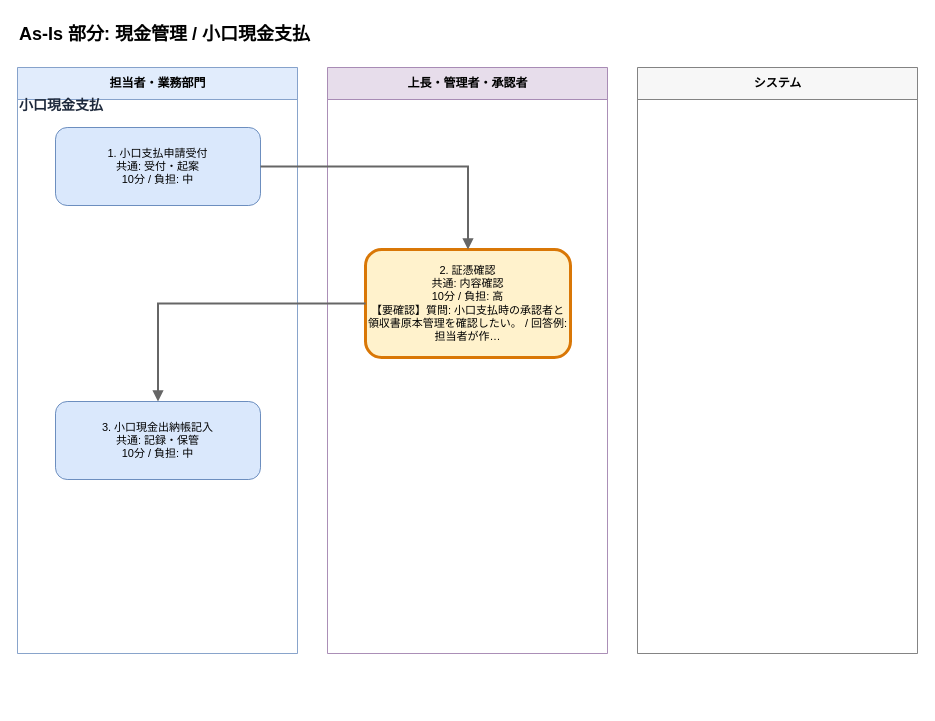
Toshiki811/ai-business-analysis-heatmap keeps this draw.io diagram as output/flows/asis_現金管理__小口現金支払_20260608.drawio. Above is the earlier version. Source tidied: cells renumbered, new cells numbered last; positions are measured from the earlier drawing's top-left corner, leaving out a move shared by most shapes. Both pictures are drawn from the tidied source at 100%, with x=0, y=0 at pixel (17, 17).
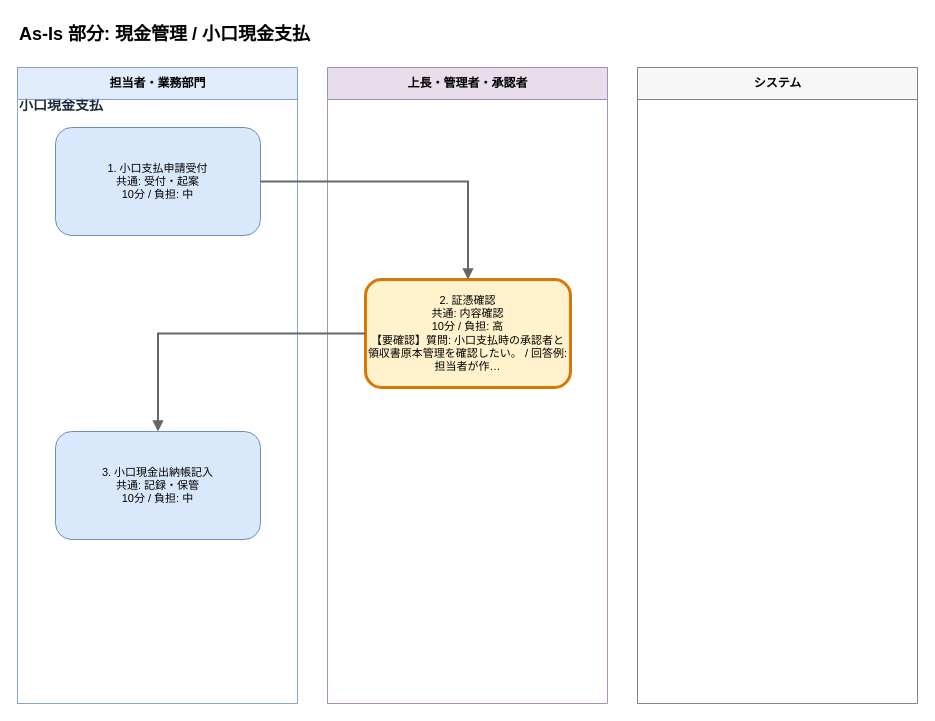
The same diagram, later.

Change to the diagram source:
```diff
@@
 <mxGraphModel>
   <root>
     <mxCell id="0" />
     <mxCell id="1" parent="0" />
+    <mxCell id="6" value="小口現金支払" style="text;html=1;strokeColor=none;fillColor=none;align=left;verticalAlign=middle;whiteSpace=wrap;fontSize=14;fontStyle=1;fontColor=#1e293b;" parent="1" vertex="1">
+      <mxGeometry y="76" width="860" height="24" as="geometry" />
+    </mxCell>
     <mxCell id="2" value="As-Is 部分: 現金管理 / 小口現金支払" style="text;html=1;strokeColor=none;fillColor=none;align=left;fontSize=18;fontStyle=1;" parent="1" vertex="1">
       <mxGeometry width="880" height="30" as="geometry" />
     </mxCell>
     <mxCell id="3" value="担当者・業務部門" style="swimlane;horizontal=1;startSize=32;html=1;fillColor=#dae8fc;strokeColor=#6c8ebf;fontSize=12;fontStyle=1;opacity=80;" parent="1" vertex="1">
-      <mxGeometry y="50" width="280" height="586" as="geometry" />
+      <mxGeometry y="50" width="280" height="636" as="geometry" />
     </mxCell>
     <mxCell id="4" value="上長・管理者・承認者" style="swimlane;horizontal=1;startSize=32;html=1;fillColor=#e1d5e7;strokeColor=#9673a6;fontSize=12;fontStyle=1;opacity=80;" parent="1" vertex="1">
-      <mxGeometry x="310" y="50" width="280" height="586" as="geometry" />
+      <mxGeometry x="310" y="50" width="280" height="636" as="geometry" />
     </mxCell>
     <mxCell id="5" value="システム" style="swimlane;horizontal=1;startSize=32;html=1;fillColor=#f5f5f5;strokeColor=#666666;fontSize=12;fontStyle=1;opacity=80;" parent="1" vertex="1">
-      <mxGeometry x="620" y="50" width="280" height="586" as="geometry" />
+      <mxGeometry x="620" y="50" width="280" height="636" as="geometry" />
     </mxCell>
-    <mxCell id="6" value="小口現金支払" style="text;html=1;strokeColor=none;fillColor=none;align=left;verticalAlign=middle;whiteSpace=wrap;fontSize=14;fontStyle=1;fontColor=#1e293b;" parent="1" vertex="1">
-      <mxGeometry y="76" width="860" height="24" as="geometry" />
-    </mxCell>
     <mxCell id="7" value="1. 小口支払申請受付&#10;共通: 受付・起案&#10;10分 / 負担: 中" style="rounded=1;whiteSpace=wrap;html=1;fillColor=#dae8fc;strokeColor=#6c8ebf;strokeWidth=1;fontSize=11;fontColor=#000000;" parent="1" vertex="1">
-      <mxGeometry x="38" y="110" width="205" height="78" as="geometry" />
+      <mxGeometry x="38" y="110" width="205" height="108" as="geometry" />
     </mxCell>
     <mxCell id="8" value="2. 証憑確認&#10;共通: 内容確認&#10;10分 / 負担: 高&#10;【要確認】質問: 小口支払時の承認者と領収書原本管理を確認したい。 / 回答例: 担当者が作…" style="rounded=1;whiteSpace=wrap;html=1;fillColor=#fff2cc;strokeColor=#d97706;strokeWidth=3;fontSize=11;fontColor=#000000;" parent="1" vertex="1">
-      <mxGeometry x="348" y="232" width="205" height="108" as="geometry" />
+      <mxGeometry x="348" y="262" width="205" height="108" as="geometry" />
     </mxCell>
+    <mxCell id="10" value="3. 小口現金出納帳記入&#10;共通: 記録・保管&#10;10分 / 負担: 中" style="rounded=1;whiteSpace=wrap;html=1;fillColor=#dae8fc;strokeColor=#6c8ebf;strokeWidth=1;fontSize=11;fontColor=#000000;" parent="1" vertex="1">
+      <mxGeometry x="38" y="414" width="205" height="108" as="geometry" />
+    </mxCell>
-    <mxCell id="9" style="edgeStyle=orthogonalEdgeStyle;rounded=0;html=1;strokeColor=#666666;strokeWidth=2;endArrow=block;endFill=1;" parent="1" edge="1" source="7" target="8">
+    <mxCell id="9" style="edgeStyle=orthogonalEdgeStyle;rounded=0;html=1;strokeColor=#666666;strokeWidth=2;endArrow=block;endFill=1;fontSize=11;fontColor=#1f2937;" parent="1" edge="1" source="7" target="8">
       <mxGeometry relative="1" as="geometry" />
     </mxCell>
-    <mxCell id="10" value="3. 小口現金出納帳記入&#10;共通: 記録・保管&#10;10分 / 負担: 中" style="rounded=1;whiteSpace=wrap;html=1;fillColor=#dae8fc;strokeColor=#6c8ebf;strokeWidth=1;fontSize=11;fontColor=#000000;" parent="1" vertex="1">
-      <mxGeometry x="38" y="384" width="205" height="78" as="geometry" />
-    </mxCell>
-    <mxCell id="11" style="edgeStyle=orthogonalEdgeStyle;rounded=0;html=1;strokeColor=#666666;strokeWidth=2;endArrow=block;endFill=1;" parent="1" edge="1" source="8" target="10">
+    <mxCell id="11" style="edgeStyle=orthogonalEdgeStyle;rounded=0;html=1;strokeColor=#666666;strokeWidth=2;endArrow=block;endFill=1;fontSize=11;fontColor=#1f2937;" parent="1" edge="1" source="8" target="10">
       <mxGeometry relative="1" as="geometry" />
     </mxCell>
   </root>
 </mxGraphModel>
```
